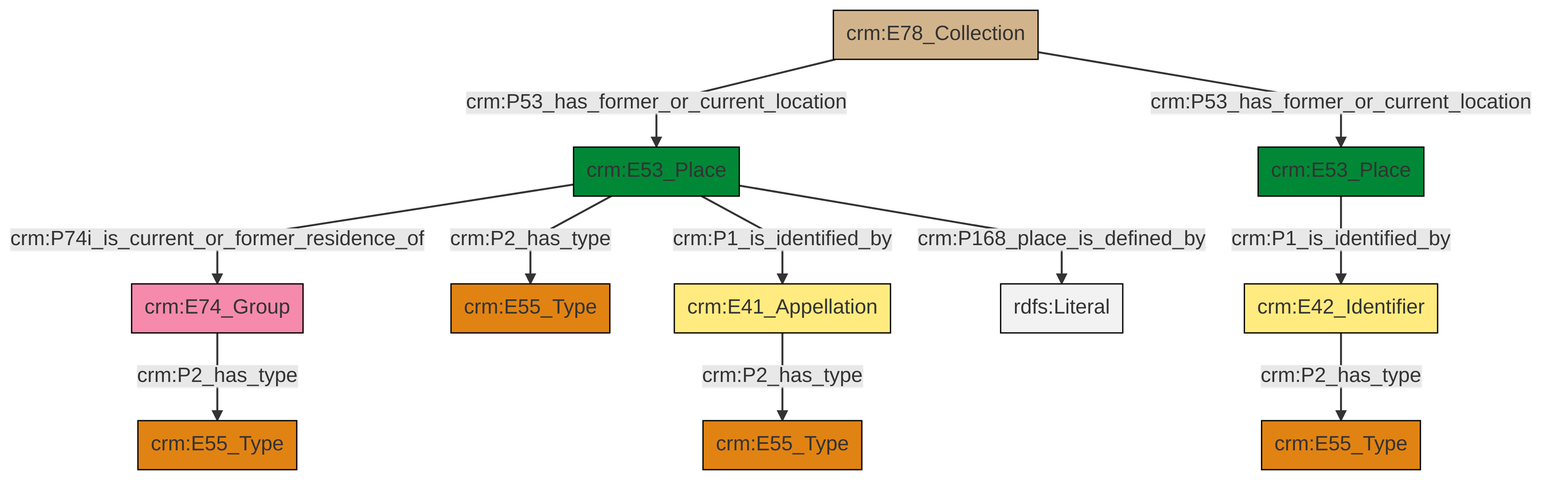
The Mermaid diagram et/archivalCSV/ttl/mmd/png/archival_location.png in swiss-art-research-net/docs.swissartresearch, before a commit. Its source is kept beside it as et/archivalCSV/ttl/mmd/archival_location.ttl.mmd.
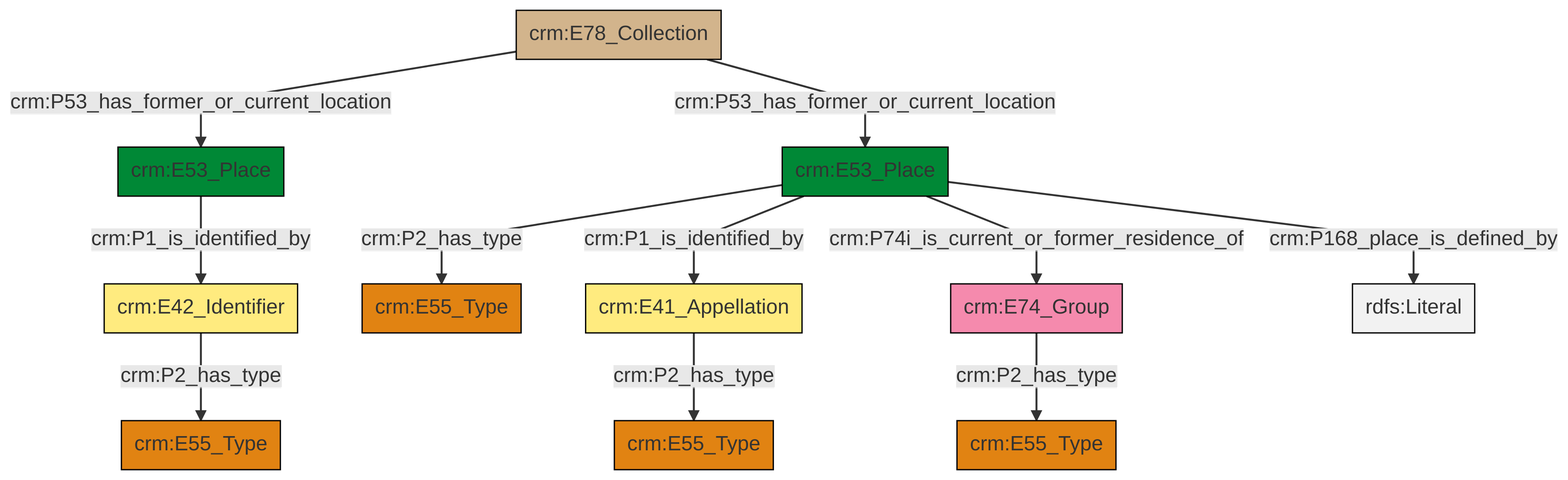
The same file after the commit.

Change to the diagram source:
```diff
@@ -13,13 +13,13 @@
 classDef PC_Classes fill:#4ce600, stroke:#000000;
 classDef Multi fill:#cccccc,stroke:#000000;
 
-0["crm:E53_Place"]:::Place -->|crm:P1_is_identified_by| 1["crm:E42_Identifier"]:::Appellation
-7["crm:E53_Place"]:::Place -->|crm:P168_place_is_defined_by| 9[rdfs:Literal]:::Literal
-7["crm:E53_Place"]:::Place -->|crm:P74i_is_current_or_former_residence_of| 10["crm:E74_Group"]:::Actor
-7["crm:E53_Place"]:::Place -->|crm:P2_has_type| 2["crm:E55_Type"]:::Type
-10["crm:E74_Group"]:::Actor -->|crm:P2_has_type| 11["crm:E55_Type"]:::Type
-12["crm:E78_Collection"]:::Physical_Thing -->|crm:P53_has_former_or_current_location| 7["crm:E53_Place"]:::Place
-1["crm:E42_Identifier"]:::Appellation -->|crm:P2_has_type| 16["crm:E55_Type"]:::Type
-12["crm:E78_Collection"]:::Physical_Thing -->|crm:P53_has_former_or_current_location| 0["crm:E53_Place"]:::Place
-7["crm:E53_Place"]:::Place -->|crm:P1_is_identified_by| 4["crm:E41_Appellation"]:::Appellation
-4["crm:E41_Appellation"]:::Appellation -->|crm:P2_has_type| 13["crm:E55_Type"]:::Type
+5["crm:E42_Identifier"]:::Appellation -->|crm:P2_has_type| 0["crm:E55_Type"]:::Type
+6["crm:E78_Collection"]:::Physical_Thing -->|crm:P53_has_former_or_current_location| 9["crm:E53_Place"]:::Place
+6["crm:E78_Collection"]:::Physical_Thing -->|crm:P53_has_former_or_current_location| 3["crm:E53_Place"]:::Place
+15["crm:E41_Appellation"]:::Appellation -->|crm:P2_has_type| 13["crm:E55_Type"]:::Type
+3["crm:E53_Place"]:::Place -->|crm:P2_has_type| 10["crm:E55_Type"]:::Type
+9["crm:E53_Place"]:::Place -->|crm:P1_is_identified_by| 5["crm:E42_Identifier"]:::Appellation
+20["crm:E74_Group"]:::Actor -->|crm:P2_has_type| 17["crm:E55_Type"]:::Type
+3["crm:E53_Place"]:::Place -->|crm:P168_place_is_defined_by| 22[rdfs:Literal]:::Literal
+3["crm:E53_Place"]:::Place -->|crm:P1_is_identified_by| 15["crm:E41_Appellation"]:::Appellation
+3["crm:E53_Place"]:::Place -->|crm:P74i_is_current_or_former_residence_of| 20["crm:E74_Group"]:::Actor
```
